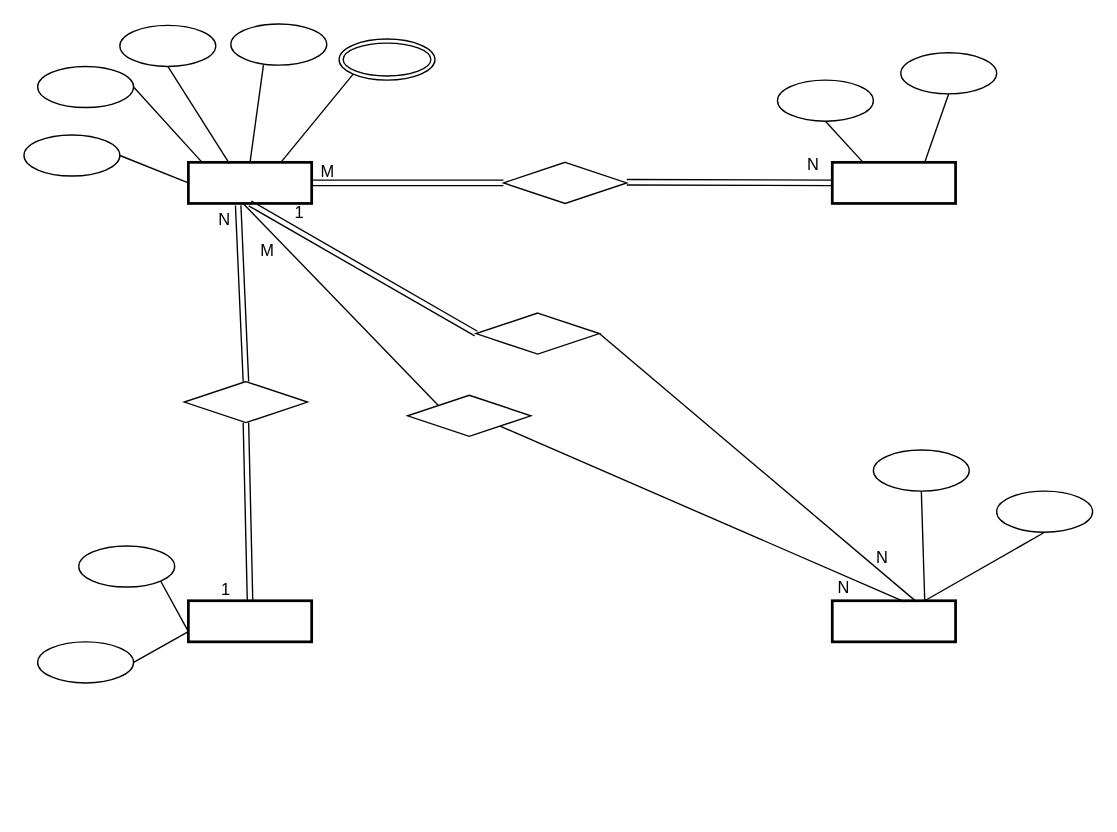
The draw.io diagram Test1.drawio in kieuvantuyen01/testGit, before the edit. Source tidied: cells renumbered, new cells numbered last; positions are measured from the earlier drawing's top-left corner, leaving out a move shared by most shapes. Both pictures are drawn from the tidied source at 137%, with x=0, y=0 at pixel (23, 23).
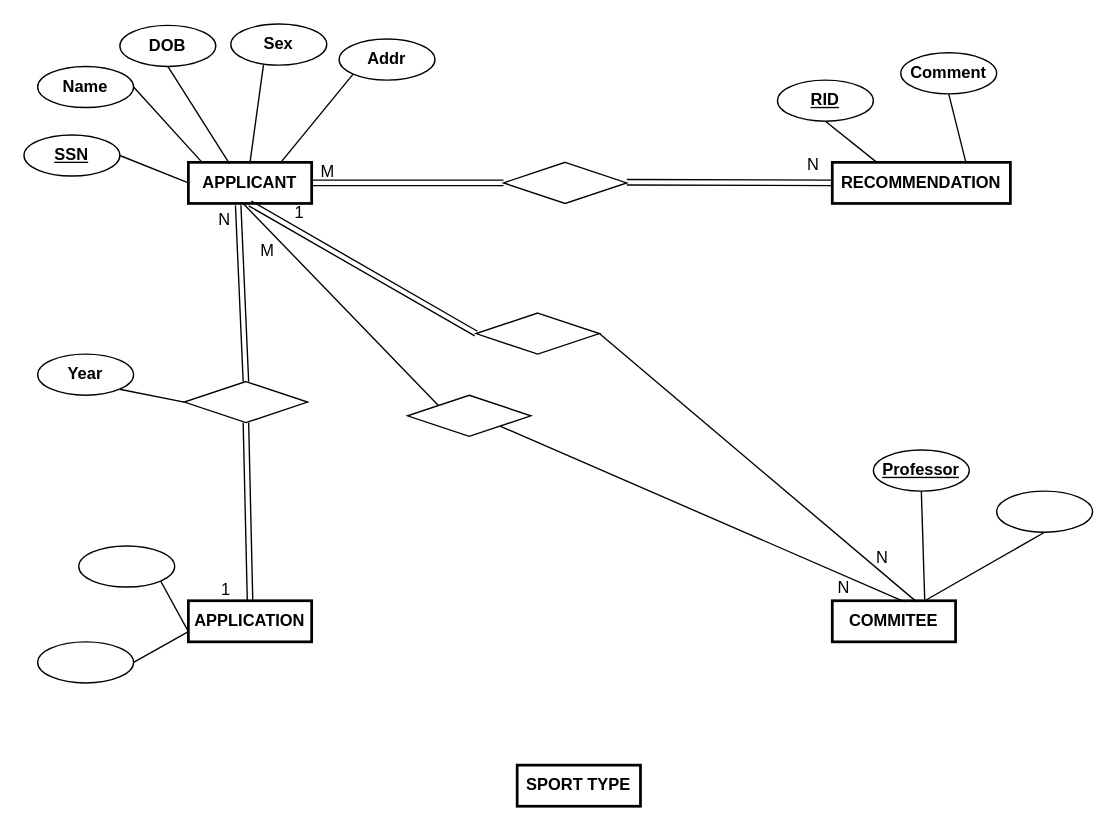
After the change.

Unchanged cells that the change refers to:
```xml
<mxCell id="35" style="shape=rhombus;perimeter=rhombusPerimeter;whiteSpace=wrap;html=1;align=center;" parent="1" vertex="1">
  <mxGeometry x="117" y="261" width="90" height="30" as="geometry" />
</mxCell>
```

What changed in the source:
```diff
@@
-    <mxCell id="2" style="whiteSpace=wrap;html=1;align=center;fontStyle=1;strokeWidth=2;" parent="1" vertex="1">
+    <mxCell id="2" value="APPLICANT" style="whiteSpace=wrap;html=1;align=center;fontStyle=1;strokeWidth=2;" parent="1" vertex="1">
       <mxGeometry x="120" y="101" width="90" height="30" as="geometry" />
     </mxCell>
-    <mxCell id="3" style="whiteSpace=wrap;html=1;align=center;fontStyle=1;strokeWidth=2;" parent="1" vertex="1">
+    <mxCell id="3" value="APPLICATION" style="whiteSpace=wrap;html=1;align=center;fontStyle=1;strokeWidth=2;" parent="1" vertex="1">
       <mxGeometry x="120" y="421" width="90" height="30" as="geometry" />
     </mxCell>
-    <mxCell id="4" style="whiteSpace=wrap;html=1;align=center;fontStyle=1;strokeWidth=2;" parent="1" vertex="1">
+    <mxCell id="4" value="COMMITEE" style="whiteSpace=wrap;html=1;align=center;fontStyle=1;strokeWidth=2;" parent="1" vertex="1">
       <mxGeometry x="590" y="421" width="90" height="30" as="geometry" />
     </mxCell>
-    <mxCell id="5" style="whiteSpace=wrap;html=1;align=center;fontStyle=1;strokeWidth=2;" parent="1" vertex="1">
-      <mxGeometry x="590" y="101" width="90" height="30" as="geometry" />
+    <mxCell id="5" value="RECOMMENDATION" style="whiteSpace=wrap;html=1;align=center;fontStyle=1;strokeWidth=2;" parent="1" vertex="1">
+      <mxGeometry x="590" y="101" width="130" height="30" as="geometry" />
     </mxCell>
-    <mxCell id="6" style="ellipse;whiteSpace=wrap;html=1;align=center;fontStyle=5;" parent="1" vertex="1">
+    <mxCell id="6" value="Name" style="ellipse;whiteSpace=wrap;html=1;align=center;fontStyle=1;" parent="1" vertex="1">
       <mxGeometry x="10" y="31" width="70" height="30" as="geometry" />
     </mxCell>
-    <mxCell id="7" style="ellipse;whiteSpace=wrap;html=1;align=center;fontStyle=5;" parent="1" vertex="1">
+    <mxCell id="7" value="DOB" style="ellipse;whiteSpace=wrap;html=1;align=center;fontStyle=1;" parent="1" vertex="1">
       <mxGeometry x="70" y="1" width="70" height="30" as="geometry" />
     </mxCell>
-    <mxCell id="8" style="ellipse;whiteSpace=wrap;html=1;align=center;fontStyle=1;" parent="1" vertex="1">
+    <mxCell id="8" value="Sex" style="ellipse;whiteSpace=wrap;html=1;align=center;fontStyle=1;" parent="1" vertex="1">
       <mxGeometry x="151" width="70" height="30" as="geometry" />
     </mxCell>
-    <mxCell id="9" style="ellipse;whiteSpace=wrap;html=1;align=center;fontStyle=1;" parent="1" vertex="1">
+    <mxCell id="9" value="&lt;u&gt;SSN&lt;/u&gt;" style="ellipse;whiteSpace=wrap;html=1;align=center;fontStyle=1;" parent="1" vertex="1">
       <mxGeometry y="81" width="70" height="30" as="geometry" />
     </mxCell>
-    <mxCell id="10" style="ellipse;whiteSpace=wrap;html=1;align=center;fontStyle=5;" parent="1" vertex="1">
+    <mxCell id="10" value="RID" style="ellipse;whiteSpace=wrap;html=1;align=center;fontStyle=5;" parent="1" vertex="1">
       <mxGeometry x="550" y="41" width="70" height="30" as="geometry" />
     </mxCell>
-    <mxCell id="11" style="ellipse;whiteSpace=wrap;html=1;align=center;fontStyle=5;" parent="1" vertex="1">
+    <mxCell id="11" value="Comment" style="ellipse;whiteSpace=wrap;html=1;align=center;fontStyle=1;" parent="1" vertex="1">
       <mxGeometry x="640" y="21" width="70" height="30" as="geometry" />
     </mxCell>
-    <mxCell id="12" style="ellipse;whiteSpace=wrap;html=1;align=center;fontStyle=5;" parent="1" vertex="1">
+    <mxCell id="12" value="Professor" style="ellipse;whiteSpace=wrap;html=1;align=center;fontStyle=5;" parent="1" vertex="1">
       <mxGeometry x="620" y="311" width="70" height="30" as="geometry" />
     </mxCell>
@@
-    <mxCell id="22" style="endArrow=none;html=1;rounded=0;exitX=0.75;exitY=0;exitDx=0;exitDy=0;entryX=0;entryY=1;entryDx=0;entryDy=0;" parent="1" edge="1" source="2">
-      <mxGeometry relative="1" as="geometry">
-        <mxPoint x="240.3" y="36.6" as="targetPoint" />
-      </mxGeometry>
+    <mxCell id="22" style="endArrow=none;html=1;rounded=0;exitX=0.75;exitY=0;exitDx=0;exitDy=0;entryX=0;entryY=1;entryDx=0;entryDy=0;" parent="1" edge="1" source="2" target="50">
+      <mxGeometry relative="1" as="geometry" />
     </mxCell>
@@
-    <mxCell id="40" style="ellipse;shape=doubleEllipse;margin=3;whiteSpace=wrap;html=1;align=center;" parent="1" vertex="1">
-      <mxGeometry x="230" y="11" width="70" height="30" as="geometry" />
-    </mxCell>
@@
+    <mxCell id="49" value="SPORT TYPE" style="whiteSpace=wrap;html=1;align=center;fontStyle=1;strokeWidth=2;" parent="1" vertex="1">
+      <mxGeometry x="360" y="541" width="90" height="30" as="geometry" />
+    </mxCell>
+    <mxCell id="50" value="Addr" style="ellipse;whiteSpace=wrap;html=1;align=center;fontStyle=1;" parent="1" vertex="1">
+      <mxGeometry x="230" y="11" width="70" height="30" as="geometry" />
+    </mxCell>
+    <mxCell id="51" style="endArrow=none;html=1;rounded=0;exitX=1;exitY=1;exitDx=0;exitDy=0;entryX=0;entryY=0.5;entryDx=0;entryDy=0;" parent="1" edge="1" source="52" target="35">
+      <mxGeometry relative="1" as="geometry" />
+    </mxCell>
+    <mxCell id="52" value="Year" style="ellipse;whiteSpace=wrap;html=1;align=center;fontStyle=1;" parent="1" vertex="1">
+      <mxGeometry x="10" y="241" width="70" height="30" as="geometry" />
+    </mxCell>
```
